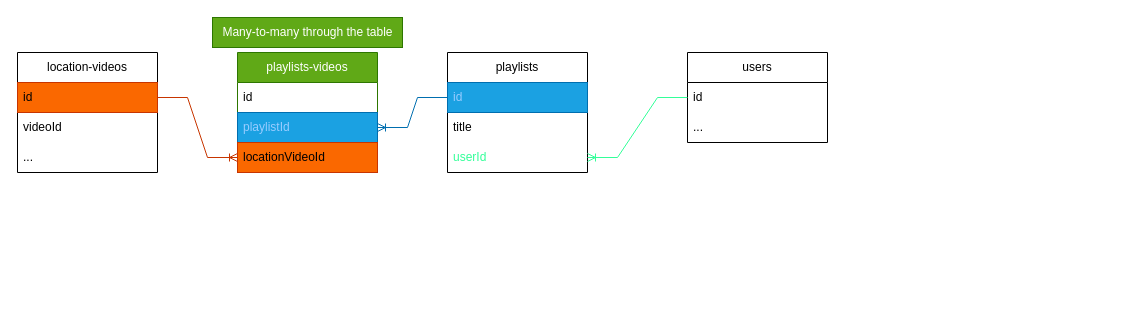
The draw.io diagram Диаграмма без названия.drawio in Insid1/Insid1, before the edit. Source tidied: cells renumbered, new cells numbered last; positions are measured from the earlier drawing's top-left corner, leaving out a move shared by most shapes. Both pictures are drawn from the tidied source at 100%, with x=0, y=0 at pixel (17, 17).
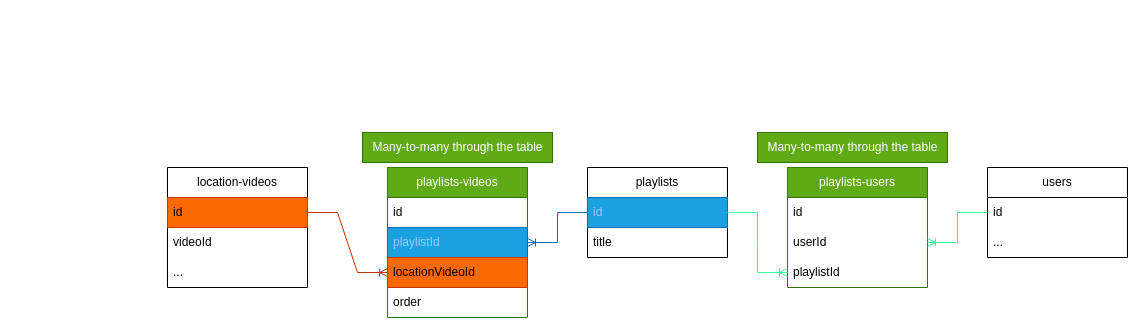
The same page after the edit.

What changed in the source:
```diff
@@
+    <mxCell id="21" value="playlists-users" style="swimlane;fontStyle=0;horizontal=1;startSize=30;whiteSpace=wrap;html=1;fillColor=#60a917;fontColor=#ffffff;strokeColor=#2D7600;" parent="1" vertex="1">
+      <mxGeometry x="770" y="150" width="140" height="120" as="geometry" />
+    </mxCell>
+    <mxCell id="22" value="id" style="text;strokeColor=none;fillColor=none;align=left;verticalAlign=middle;spacingLeft=4;spacingRight=4;overflow=hidden;whiteSpace=wrap;html=1;" parent="21" vertex="1">
+      <mxGeometry y="30" width="140" height="30" as="geometry" />
+    </mxCell>
+    <mxCell id="5" value="userId" style="text;strokeColor=none;fillColor=none;align=left;verticalAlign=middle;spacingLeft=4;spacingRight=4;overflow=hidden;points=[[0,0.5],[1,0.5]];portConstraint=eastwest;whiteSpace=wrap;html=1;" parent="21" vertex="1">
+      <mxGeometry y="60" width="140" height="30" as="geometry" />
+    </mxCell>
+    <mxCell id="23" value="playlistId" style="text;strokeColor=none;fillColor=none;align=left;verticalAlign=middle;spacingLeft=4;spacingRight=4;overflow=hidden;points=[[0,0.5],[1,0.5]];portConstraint=eastwest;whiteSpace=wrap;html=1;" parent="21" vertex="1">
+      <mxGeometry y="90" width="140" height="30" as="geometry" />
+    </mxCell>
     <mxCell id="2" value="playlists" style="swimlane;fontStyle=0;horizontal=1;startSize=30;whiteSpace=wrap;html=1;" parent="1" vertex="1">
-      <mxGeometry x="430" y="35" width="140" height="120" as="geometry" />
+      <mxGeometry x="570" y="150" width="140" height="90" as="geometry" />
     </mxCell>
@@
-    <mxCell id="5" value="&lt;font color=&quot;#33ff99&quot;&gt;userId&lt;/font&gt;" style="text;strokeColor=none;fillColor=none;align=left;verticalAlign=middle;spacingLeft=4;spacingRight=4;overflow=hidden;points=[[0,0.5],[1,0.5]];portConstraint=eastwest;whiteSpace=wrap;html=1;" parent="2" vertex="1">
-      <mxGeometry y="90" width="140" height="30" as="geometry" />
-    </mxCell>
     <mxCell id="6" value="users" style="swimlane;fontStyle=0;horizontal=1;startSize=30;whiteSpace=wrap;html=1;" parent="1" vertex="1">
-      <mxGeometry x="670" y="35" width="140" height="90" as="geometry" />
+      <mxGeometry x="970" y="150" width="140" height="90" as="geometry" />
     </mxCell>
-    <mxCell id="7" value="id" style="text;strokeColor=none;fillColor=none;align=left;verticalAlign=middle;spacingLeft=4;spacingRight=4;overflow=hidden;points=[[0,0.5],[1,0.5]];portConstraint=eastwest;whiteSpace=wrap;html=1;" parent="6" vertex="1">
-      <mxGeometry y="30" width="140" height="30" as="geometry" />
-    </mxCell>
+    <mxCell id="24" value="id" style="text;strokeColor=none;fillColor=none;align=left;verticalAlign=middle;spacingLeft=4;spacingRight=4;overflow=hidden;points=[[0,0.5],[1,0.5]];portConstraint=eastwest;whiteSpace=wrap;html=1;" parent="6" vertex="1">
+      <mxGeometry y="30" width="140" height="30" as="geometry" />
+    </mxCell>
@@
     <mxCell id="9" value="location-videos" style="swimlane;fontStyle=0;horizontal=1;startSize=30;whiteSpace=wrap;html=1;" parent="1" vertex="1">
-      <mxGeometry y="35" width="140" height="120" as="geometry" />
+      <mxGeometry x="150" y="150" width="140" height="120" as="geometry" />
     </mxCell>
@@
     <mxCell id="13" value="playlists-videos" style="swimlane;fontStyle=0;horizontal=1;startSize=30;whiteSpace=wrap;html=1;fillColor=#60a917;fontColor=#ffffff;strokeColor=#2D7600;" parent="1" vertex="1">
-      <mxGeometry x="220" y="35" width="140" height="120" as="geometry" />
+      <mxGeometry x="370" y="150" width="140" height="150" as="geometry" />
     </mxCell>
-    <mxCell id="14" value="id" style="text;strokeColor=none;fillColor=none;align=left;verticalAlign=middle;spacingLeft=4;spacingRight=4;overflow=hidden;whiteSpace=wrap;html=1;" parent="13" vertex="1">
-      <mxGeometry y="30" width="140" height="30" as="geometry" />
-    </mxCell>
+    <mxCell id="25" value="id" style="text;strokeColor=none;fillColor=none;align=left;verticalAlign=middle;spacingLeft=4;spacingRight=4;overflow=hidden;whiteSpace=wrap;html=1;" parent="13" vertex="1">
+      <mxGeometry y="30" width="140" height="30" as="geometry" />
+    </mxCell>
@@
+    <mxCell id="26" value="order" style="text;align=left;verticalAlign=middle;spacingLeft=4;spacingRight=4;overflow=hidden;whiteSpace=wrap;html=1;" parent="13" vertex="1">
+      <mxGeometry y="120" width="140" height="30" as="geometry" />
+    </mxCell>
@@
-    <mxCell id="19" style="edgeStyle=entityRelationEdgeStyle;fontSize=12;html=1;endArrow=ERoneToMany;rounded=0;exitX=0;exitY=0.5;exitDx=0;exitDy=0;entryX=1;entryY=0.5;entryDx=0;entryDy=0;fillColor=#60a917;strokeColor=#33FF99;" parent="1" edge="1" source="7" target="5">
-      <mxGeometry relative="1" as="geometry" />
-    </mxCell>
-    <mxCell id="20" value="Many-to-many through the table&lt;br&gt;" style="text;html=1;align=center;verticalAlign=middle;strokeColor=#2D7600;fillColor=#60a917;fontColor=#ffffff;" parent="1" vertex="1">
-      <mxGeometry x="195" width="190" height="30" as="geometry" />
-    </mxCell>
+    <mxCell id="27" style="edgeStyle=entityRelationEdgeStyle;fontSize=12;html=1;endArrow=ERoneToMany;rounded=0;exitX=0;exitY=0.5;exitDx=0;exitDy=0;fillColor=#60a917;strokeColor=#33FF99;" parent="1" edge="1" source="24" target="5">
+      <mxGeometry relative="1" as="geometry" />
+    </mxCell>
+    <mxCell id="28" value="Many-to-many through the table&lt;br&gt;" style="text;html=1;align=center;verticalAlign=middle;strokeColor=#2D7600;fillColor=#60a917;fontColor=#ffffff;" parent="1" vertex="1">
+      <mxGeometry x="345" y="115" width="190" height="30" as="geometry" />
+    </mxCell>
+    <mxCell id="29" style="edgeStyle=entityRelationEdgeStyle;fontSize=12;html=1;endArrow=ERoneToMany;rounded=0;fillColor=#60a917;strokeColor=#33FF99;exitX=1;exitY=0.5;exitDx=0;exitDy=0;entryX=0;entryY=0.5;entryDx=0;entryDy=0;" parent="1" edge="1" source="2" target="23">
+      <mxGeometry relative="1" as="geometry" />
+    </mxCell>
+    <mxCell id="30" value="Many-to-many through the table&lt;br&gt;" style="text;html=1;align=center;verticalAlign=middle;strokeColor=#2D7600;fillColor=#60a917;fontColor=#ffffff;" parent="1" vertex="1">
+      <mxGeometry x="740" y="115" width="190" height="30" as="geometry" />
+    </mxCell>
```
